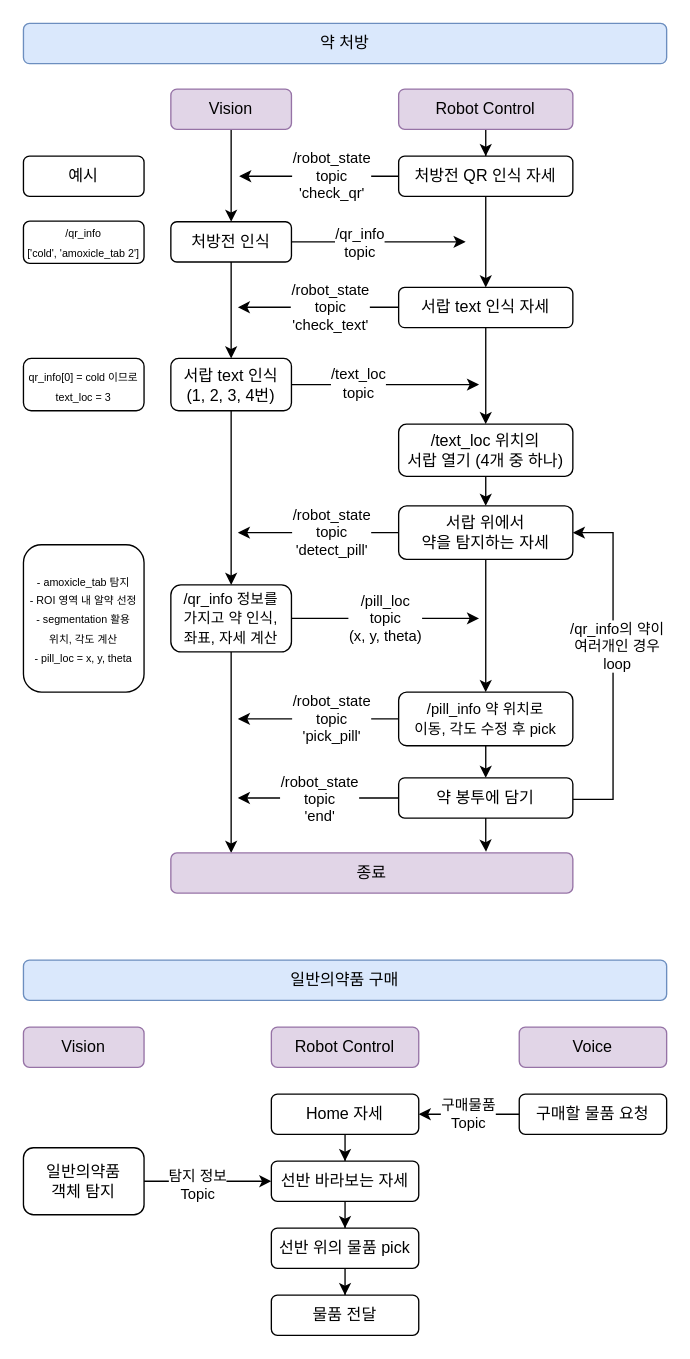
The draw.io diagram rokey_project/image/system_flow/ROKEY_Pharmacy_detail.drawio in hongha0704/rokey_pharmacy, before the edit. Source tidied: cells renumbered, new cells numbered last; positions are measured from the earlier drawing's top-left corner, leaving out a move shared by most shapes. Both pictures are drawn from the tidied source at 134%, with x=0, y=0 at pixel (23, 23).
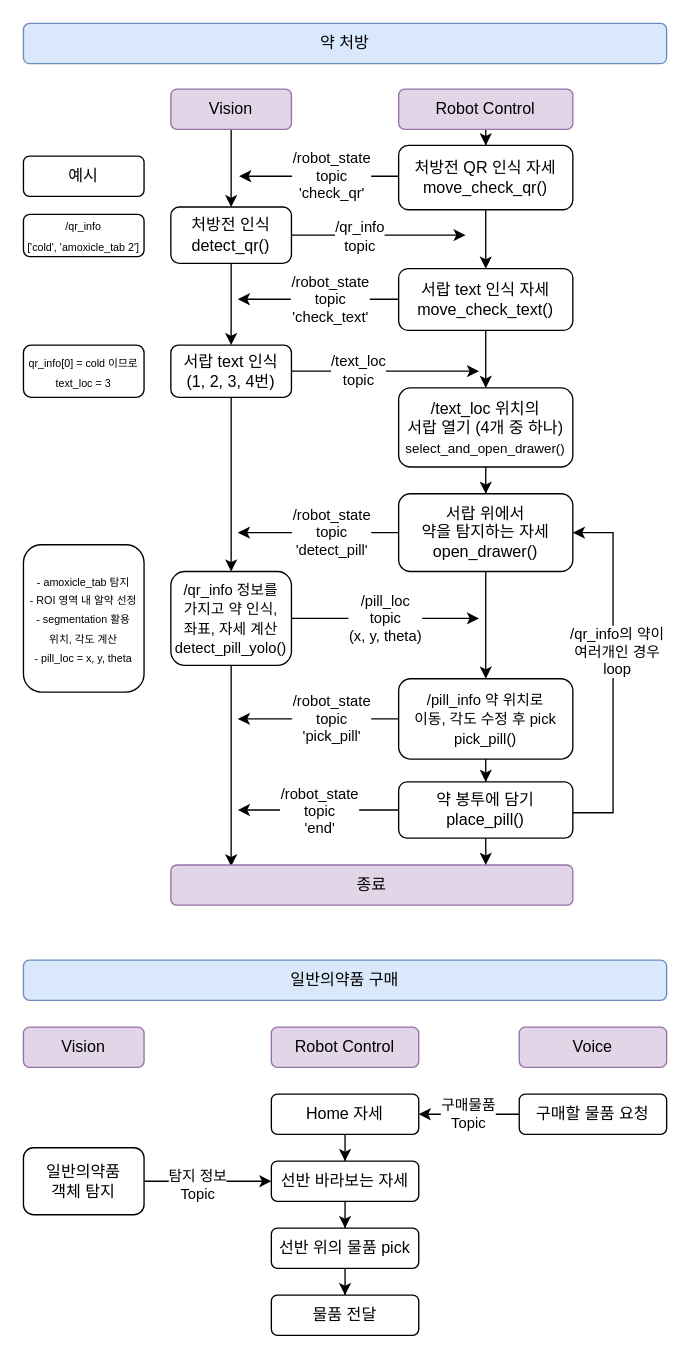
After the change.

Change to the diagram source:
```diff
@@
     <mxCell id="6" style="edgeStyle=orthogonalEdgeStyle;rounded=0;jettySize=auto;html=1;" parent="1" edge="1" source="9">
       <mxGeometry relative="1" as="geometry">
-        <mxPoint x="330" y="163" as="targetPoint" />
+        <mxPoint x="330" y="158" as="targetPoint" />
       </mxGeometry>
     </mxCell>
@@
-    <mxCell id="9" value="처방전 인식" style="rounded=1;whiteSpace=wrap;html=1;" parent="1" vertex="1">
-      <mxGeometry x="110" y="148" width="90" height="30" as="geometry" />
+    <mxCell id="9" value="처방전 인식&lt;div&gt;detect_qr()&lt;/div&gt;" style="rounded=1;whiteSpace=wrap;html=1;" parent="1" vertex="1">
+      <mxGeometry x="110" y="137" width="90" height="42" as="geometry" />
     </mxCell>
@@
-    <mxCell id="12" value="처방전 QR 인식 자세" style="rounded=1;whiteSpace=wrap;html=1;" parent="1" vertex="1">
-      <mxGeometry x="280" y="99" width="130" height="30" as="geometry" />
+    <mxCell id="12" value="처방전 QR 인식 자세&lt;div&gt;move_check_qr()&lt;/div&gt;" style="rounded=1;whiteSpace=wrap;html=1;" parent="1" vertex="1">
+      <mxGeometry x="280" y="91" width="130" height="48" as="geometry" />
     </mxCell>
@@
-    <mxCell id="15" value="서랍 위에서&lt;div&gt;약을 탐지하는 자세&lt;/div&gt;" style="rounded=1;whiteSpace=wrap;html=1;" parent="1" vertex="1">
-      <mxGeometry x="280" y="360" width="130" height="40" as="geometry" />
+    <mxCell id="15" value="서랍 위에서&lt;div&gt;약을 탐지하는 자세&lt;/div&gt;&lt;div&gt;open_drawer()&lt;/div&gt;" style="rounded=1;whiteSpace=wrap;html=1;" parent="1" vertex="1">
+      <mxGeometry x="280" y="351" width="130" height="58" as="geometry" />
     </mxCell>
@@
-    <mxCell id="18" value="&lt;span style=&quot;font-size: 11px; text-wrap-mode: nowrap; background-color: rgb(255, 255, 255);&quot;&gt;/pill_info 약 위치로 &lt;br&gt;이동, 각도 수정 후 pick&lt;/span&gt;" style="rounded=1;whiteSpace=wrap;html=1;" parent="1" vertex="1">
-      <mxGeometry x="280" y="499" width="130" height="40" as="geometry" />
+    <mxCell id="18" value="&lt;span style=&quot;font-size: 11px; text-wrap-mode: nowrap; background-color: rgb(255, 255, 255);&quot;&gt;/pill_info 약 위치로 &lt;br&gt;이동, 각도 수정 후 pick&lt;/span&gt;&lt;div&gt;&lt;span style=&quot;font-size: 11px; text-wrap-mode: nowrap; background-color: rgb(255, 255, 255);&quot;&gt;pick_pill()&lt;/span&gt;&lt;/div&gt;" style="rounded=1;whiteSpace=wrap;html=1;" parent="1" vertex="1">
+      <mxGeometry x="280" y="489" width="130" height="60" as="geometry" />
     </mxCell>
     <mxCell id="19" value="&lt;span style=&quot;forced-color-adjust: none; color: rgb(0, 0, 0); font-family: Helvetica; font-size: 11px; font-style: normal; font-variant-ligatures: normal; font-variant-caps: normal; font-weight: 400; letter-spacing: normal; orphans: 2; text-align: center; text-indent: 0px; text-transform: none; widows: 2; word-spacing: 0px; -webkit-text-stroke-width: 0px; white-space: nowrap; background-color: rgb(255, 255, 255); text-decoration-thickness: initial; text-decoration-style: initial; text-decoration-color: initial; float: none; display: inline !important;&quot;&gt;/robot_state&lt;/span&gt;&lt;div style=&quot;forced-color-adjust: none; color: rgb(0, 0, 0); font-family: Helvetica; font-size: 11px; font-style: normal; font-variant-ligatures: normal; font-variant-caps: normal; font-weight: 400; letter-spacing: normal; orphans: 2; text-align: center; text-indent: 0px; text-transform: none; widows: 2; word-spacing: 0px; -webkit-text-stroke-width: 0px; white-space: nowrap; text-decoration-thickness: initial; text-decoration-style: initial; text-decoration-color: initial;&quot;&gt;topic&lt;/div&gt;&lt;div style=&quot;forced-color-adjust: none; color: rgb(0, 0, 0); font-family: Helvetica; font-size: 11px; font-style: normal; font-variant-ligatures: normal; font-variant-caps: normal; font-weight: 400; letter-spacing: normal; orphans: 2; text-align: center; text-indent: 0px; text-transform: none; widows: 2; word-spacing: 0px; -webkit-text-stroke-width: 0px; white-space: nowrap; text-decoration-thickness: initial; text-decoration-style: initial; text-decoration-color: initial;&quot;&gt;'end'&lt;/div&gt;" style="edgeStyle=orthogonalEdgeStyle;rounded=0;jettySize=auto;html=1;" parent="1" edge="1" source="22">
       <mxGeometry relative="1" as="geometry">
-        <mxPoint x="160" y="578" as="targetPoint" />
+        <mxPoint x="160" y="587" as="targetPoint" />
       </mxGeometry>
     </mxCell>
     <mxCell id="20" style="edgeStyle=orthogonalEdgeStyle;rounded=0;jettySize=auto;html=1;entryX=1;entryY=0.5;entryDx=0;entryDy=0;" parent="1" edge="1" source="22" target="15">
       <mxGeometry relative="1" as="geometry">
         <Array as="points">
-          <mxPoint x="440" y="579" />
+          <mxPoint x="440" y="589" />
           <mxPoint x="440" y="380" />
         </Array>
       </mxGeometry>
     </mxCell>
@@
-    <mxCell id="22" value="약 봉투에 담기" style="rounded=1;whiteSpace=wrap;html=1;" parent="1" vertex="1">
-      <mxGeometry x="280" y="563" width="130" height="30" as="geometry" />
+    <mxCell id="22" value="약 봉투에 담기&lt;div&gt;place_pill()&lt;/div&gt;" style="rounded=1;whiteSpace=wrap;html=1;" parent="1" vertex="1">
+      <mxGeometry x="280" y="566" width="130" height="42" as="geometry" />
     </mxCell>
@@
-    <mxCell id="41" value="서랍 text 인식 자세" style="rounded=1;whiteSpace=wrap;html=1;" parent="1" vertex="1">
-      <mxGeometry x="280" y="197" width="130" height="30" as="geometry" />
+    <mxCell id="41" value="서랍 text 인식 자세&lt;div&gt;move_check_text()&lt;/div&gt;" style="rounded=1;whiteSpace=wrap;html=1;" parent="1" vertex="1">
+      <mxGeometry x="280" y="183" width="130" height="46" as="geometry" />
     </mxCell>
@@
-    <mxCell id="43" value="/text_loc 위치의&lt;br&gt;&lt;span style=&quot;background-color: transparent; color: light-dark(rgb(0, 0, 0), rgb(255, 255, 255));&quot;&gt;서랍 열기 (4개 중 하나)&lt;/span&gt;" style="rounded=1;whiteSpace=wrap;html=1;" parent="1" vertex="1">
-      <mxGeometry x="280" y="299" width="130" height="39" as="geometry" />
+    <mxCell id="43" value="/text_loc 위치의&lt;br&gt;&lt;span style=&quot;background-color: transparent; color: light-dark(rgb(0, 0, 0), rgb(255, 255, 255));&quot;&gt;서랍 열기 (4개 중 하나)&lt;/span&gt;&lt;div&gt;&lt;span style=&quot;background-color: transparent; color: light-dark(rgb(0, 0, 0), rgb(255, 255, 255));&quot;&gt;&lt;font style=&quot;font-size: 10px;&quot;&gt;select_and_open_drawer()&lt;/font&gt;&lt;/span&gt;&lt;/div&gt;" style="rounded=1;whiteSpace=wrap;html=1;" parent="1" vertex="1">
+      <mxGeometry x="280" y="272" width="130" height="59" as="geometry" />
     </mxCell>
     <mxCell id="44" value="/robot_state&lt;div&gt;topic&lt;/div&gt;&lt;div&gt;'check_text'&lt;/div&gt;" style="edgeStyle=orthogonalEdgeStyle;rounded=0;orthogonalLoop=1;jettySize=auto;html=1;" parent="1" edge="1">
       <mxGeometry x="-0.15" relative="1" as="geometry">
-        <mxPoint x="280" y="211.8" as="sourcePoint" />
-        <mxPoint x="160" y="211.8" as="targetPoint" />
+        <mxPoint x="280" y="205.8" as="sourcePoint" />
+        <mxPoint x="160" y="205.8" as="targetPoint" />
       </mxGeometry>
     </mxCell>
@@
     <mxCell id="46" value="&lt;span style=&quot;forced-color-adjust: none; color: light-dark(rgb(0, 0, 0), rgb(237, 237, 237)); font-family: Helvetica; font-size: 11px; font-style: normal; font-variant-ligatures: normal; font-variant-caps: normal; font-weight: 400; letter-spacing: normal; orphans: 2; text-align: center; text-indent: 0px; text-transform: none; widows: 2; word-spacing: 0px; -webkit-text-stroke-width: 0px; white-space: nowrap; background-color: light-dark(rgb(255, 255, 255), rgb(18, 18, 18)); text-decoration-thickness: initial; text-decoration-style: initial; text-decoration-color: initial; float: none; display: inline !important;&quot;&gt;/text_loc&lt;/span&gt;&lt;div style=&quot;forced-color-adjust: none; color: light-dark(rgb(0, 0, 0), rgb(237, 237, 237)); font-family: Helvetica; font-size: 11px; font-style: normal; font-variant-ligatures: normal; font-variant-caps: normal; font-weight: 400; letter-spacing: normal; orphans: 2; text-align: center; text-indent: 0px; text-transform: none; widows: 2; word-spacing: 0px; -webkit-text-stroke-width: 0px; white-space: nowrap; text-decoration-thickness: initial; text-decoration-style: initial; text-decoration-color: initial;&quot;&gt;topic&lt;/div&gt;" style="edgeStyle=orthogonalEdgeStyle;rounded=0;jettySize=auto;html=1;" parent="1" edge="1" source="47">
       <mxGeometry x="-0.29" y="1" relative="1" as="geometry">
-        <mxPoint x="340" y="269.5" as="targetPoint" />
+        <mxPoint x="340" y="259.5" as="targetPoint" />
       </mxGeometry>
     </mxCell>
     <mxCell id="47" value="서랍 text 인식&lt;div&gt;(1, 2, 3, 4번)&lt;/div&gt;" style="rounded=1;whiteSpace=wrap;html=1;" parent="1" vertex="1">
-      <mxGeometry x="110" y="250" width="90" height="39" as="geometry" />
+      <mxGeometry x="110" y="240" width="90" height="39" as="geometry" />
     </mxCell>
-    <mxCell id="48" style="edgeStyle=orthogonalEdgeStyle;rounded=0;jettySize=auto;html=1;entryX=0.5;entryY=0;entryDx=0;entryDy=0;" parent="1" edge="1" source="50">
-      <mxGeometry relative="1" as="geometry">
-        <mxPoint x="155" y="619" as="targetPoint" />
-      </mxGeometry>
+    <mxCell id="48" style="edgeStyle=orthogonalEdgeStyle;rounded=0;jettySize=auto;html=1;entryX=0.15;entryY=0.033;entryDx=0;entryDy=0;entryPerimeter=0;" parent="1" edge="1" source="50" target="51">
+      <mxGeometry relative="1" as="geometry" />
     </mxCell>
@@
-    <mxCell id="50" value="&lt;span style=&quot;font-size: 11px; text-wrap-mode: nowrap; background-color: rgb(255, 255, 255);&quot;&gt;/qr_info 정보를&lt;br&gt;가지고&amp;nbsp;&lt;/span&gt;&lt;span style=&quot;font-size: 11px; background-color: transparent; color: light-dark(rgb(0, 0, 0), rgb(255, 255, 255));&quot;&gt;약 인식,&lt;/span&gt;&lt;div&gt;&lt;div&gt;&lt;font style=&quot;font-size: 11px;&quot;&gt;좌표, 자세 계산&lt;/font&gt;&lt;/div&gt;&lt;/div&gt;" style="rounded=1;whiteSpace=wrap;html=1;" parent="1" vertex="1">
-      <mxGeometry x="110" y="419" width="90" height="50" as="geometry" />
+    <mxCell id="50" value="&lt;span style=&quot;font-size: 11px; text-wrap-mode: nowrap; background-color: rgb(255, 255, 255);&quot;&gt;/qr_info 정보를&lt;br&gt;가지고&amp;nbsp;&lt;/span&gt;&lt;span style=&quot;font-size: 11px; background-color: transparent; color: light-dark(rgb(0, 0, 0), rgb(255, 255, 255));&quot;&gt;약 인식,&lt;/span&gt;&lt;div&gt;&lt;div&gt;&lt;font style=&quot;font-size: 11px;&quot;&gt;좌표, 자세 계산&lt;/font&gt;&lt;/div&gt;&lt;/div&gt;&lt;div&gt;&lt;font style=&quot;font-size: 11px;&quot;&gt;detect_pill_yolo()&lt;/font&gt;&lt;/div&gt;" style="rounded=1;whiteSpace=wrap;html=1;" parent="1" vertex="1">
+      <mxGeometry x="110" y="409" width="90" height="70" as="geometry" />
     </mxCell>
     <mxCell id="51" value="종료" style="rounded=1;whiteSpace=wrap;html=1;fillColor=#e1d5e7;strokeColor=#9673a6;" parent="1" vertex="1">
-      <mxGeometry x="110" y="619" width="300" height="30" as="geometry" />
+      <mxGeometry x="110" y="628" width="300" height="30" as="geometry" />
     </mxCell>
@@
     <mxCell id="53" value="&lt;font style=&quot;font-size: 8px;&quot;&gt;/qr_info&lt;/font&gt;&lt;div&gt;&lt;font style=&quot;font-size: 8px;&quot;&gt;&lt;font style=&quot;&quot;&gt;['cold', 'amoxicle_tab&lt;span style=&quot;background-color: transparent; color: light-dark(rgb(0, 0, 0), rgb(255, 255, 255));&quot;&gt;&amp;nbsp;2'&lt;/span&gt;&lt;/font&gt;&lt;span style=&quot;background-color: transparent; color: light-dark(rgb(0, 0, 0), rgb(255, 255, 255));&quot;&gt;]&lt;/span&gt;&lt;/font&gt;&lt;/div&gt;" style="rounded=1;whiteSpace=wrap;html=1;" parent="1" vertex="1">
-      <mxGeometry y="147.5" width="90" height="31.5" as="geometry" />
+      <mxGeometry y="142.5" width="90" height="31.5" as="geometry" />
     </mxCell>
     <mxCell id="54" value="&lt;font style=&quot;font-size: 8px;&quot;&gt;qr_info[0] = cold 이므로&lt;/font&gt;&lt;div&gt;&lt;span style=&quot;text-wrap-mode: nowrap; background-color: rgb(255, 255, 255);&quot;&gt;&lt;font style=&quot;font-size: 8px;&quot;&gt;text_loc = 3&lt;/font&gt;&lt;/span&gt;&lt;/div&gt;" style="rounded=1;whiteSpace=wrap;html=1;" parent="1" vertex="1">
-      <mxGeometry y="250" width="90" height="39" as="geometry" />
+      <mxGeometry y="240" width="90" height="39" as="geometry" />
     </mxCell>
```
